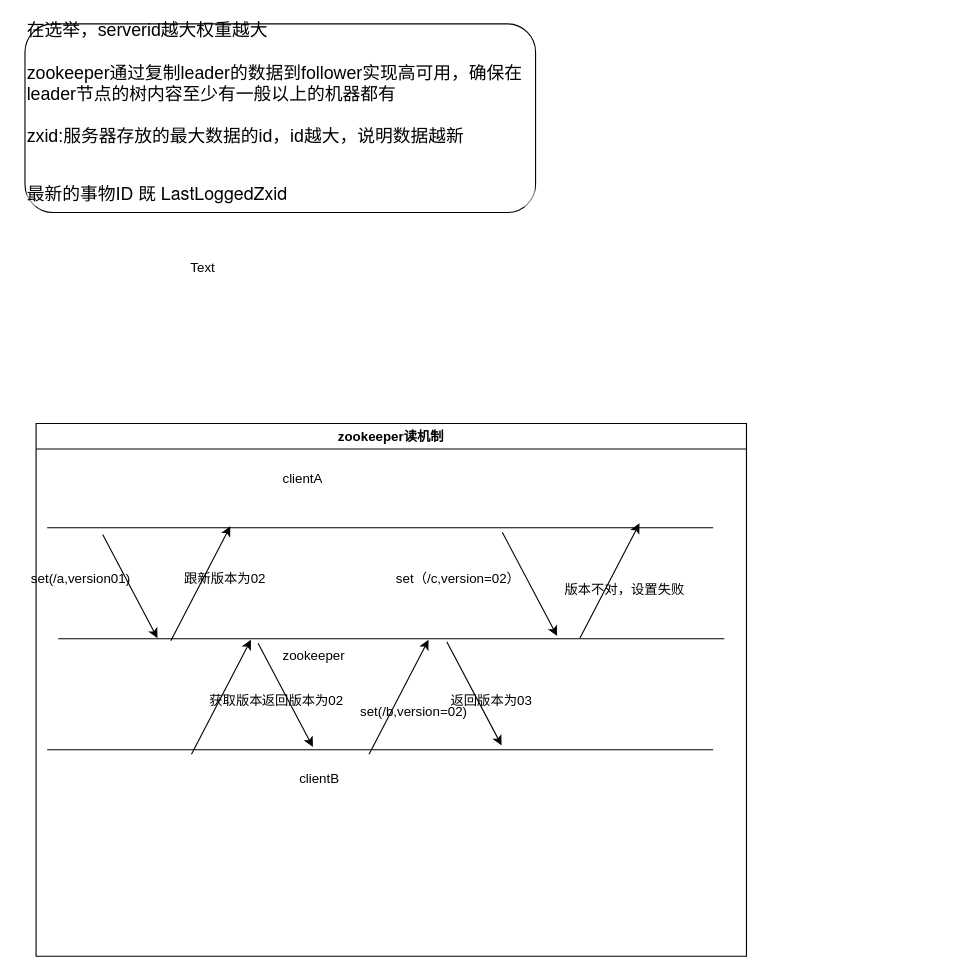
x-Yorozuya/java- keeps this draw.io diagram as page "zookeeper" (3 of 3) of Register.drawio. Above is the earlier version. Source tidied: cells renumbered, new cells numbered last; positions are measured from the earlier drawing's top-left corner, leaving out a move shared by most shapes. Both pictures are drawn from the tidied source at 111%, with x=0, y=0 at pixel (19, 23).
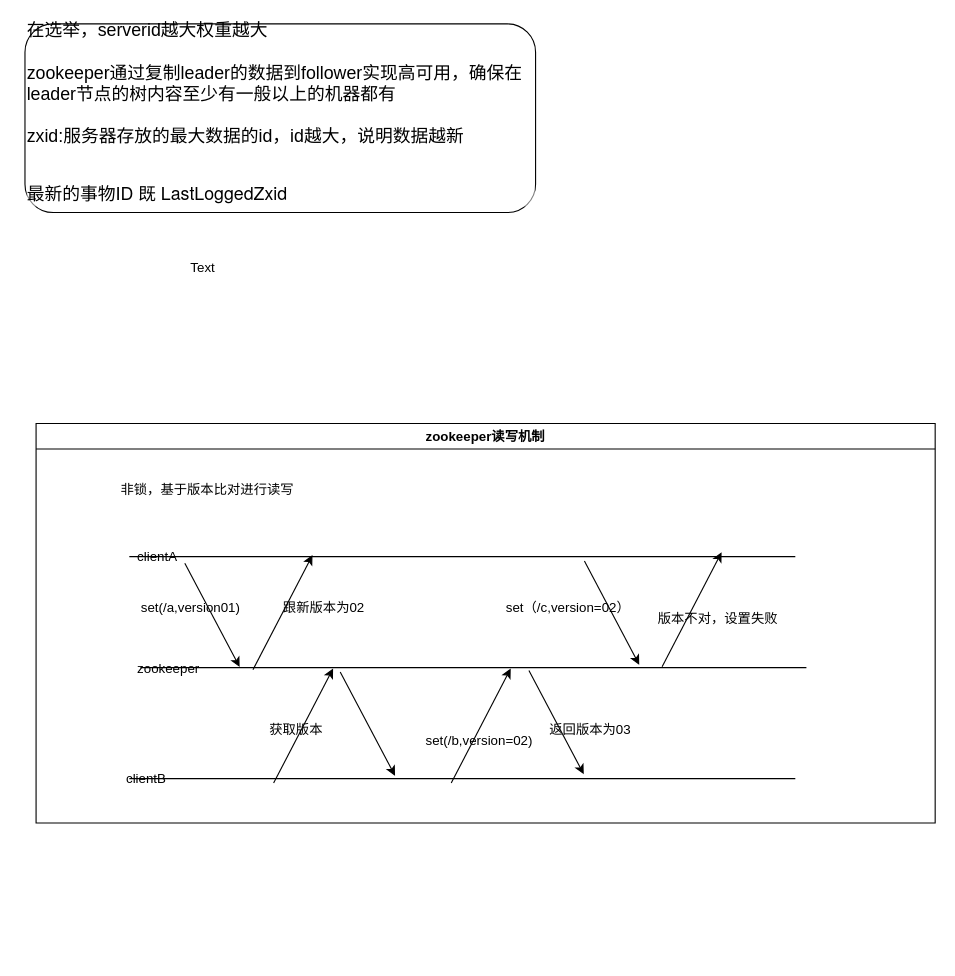
The same diagram, later.

Diff of the diagram source:
```diff
@@
-    <mxCell id="3" value="zookeeper读机制" style="swimlane;fillColor=none;gradientColor=none;" parent="1" vertex="1">
-      <mxGeometry x="15" y="360" width="640" height="480" as="geometry" />
+    <mxCell id="3" value="zookeeper读写机制" style="swimlane;fillColor=none;gradientColor=none;" parent="1" vertex="1">
+      <mxGeometry x="15" y="360" width="810" height="360" as="geometry" />
     </mxCell>
     <mxCell id="4" style="line;strokeWidth=1;fillColor=none;align=left;verticalAlign=middle;spacingTop=-1;spacingLeft=3;spacingRight=3;labelPosition=right;points=[];portConstraint=eastwest;" parent="3" vertex="1">
-      <mxGeometry x="10" y="90" width="600" height="8" as="geometry" />
+      <mxGeometry x="84" y="116" width="600" height="8" as="geometry" />
     </mxCell>
     <mxCell id="5" style="line;strokeWidth=1;fillColor=none;align=left;verticalAlign=middle;spacingTop=-1;spacingLeft=3;spacingRight=3;labelPosition=right;" parent="3" vertex="1">
-      <mxGeometry x="10" y="290" width="600" height="8" as="geometry" />
+      <mxGeometry x="84" y="316" width="600" height="8" as="geometry" />
     </mxCell>
     <mxCell id="6" style="line;strokeWidth=1;fillColor=none;align=left;verticalAlign=middle;spacingTop=-1;spacingLeft=3;spacingRight=3;labelPosition=right;points=[];portConstraint=eastwest;" parent="3" vertex="1">
-      <mxGeometry x="20" y="190" width="600" height="8" as="geometry" />
+      <mxGeometry x="94" y="216" width="600" height="8" as="geometry" />
     </mxCell>
     <mxCell id="7" value="clientB" style="text;html=1;align=center;verticalAlign=middle;" parent="3" vertex="1">
-      <mxGeometry x="230" y="310" width="50" height="20" as="geometry" />
+      <mxGeometry x="74" y="310" width="50" height="20" as="geometry" />
     </mxCell>
     <mxCell id="8" style="endArrow=classic;html=1;entryX=0.149;entryY=0.425;entryDx=0;entryDy=0;entryPerimeter=0;" parent="3" edge="1" target="6">
       <mxGeometry relative="1" as="geometry">
-        <mxPoint x="60" y="100" as="sourcePoint" />
+        <mxPoint x="134" y="126" as="sourcePoint" />
       </mxGeometry>
     </mxCell>
@@
     <mxCell id="10" style="endArrow=classic;html=1;entryX=0.275;entryY=0.325;entryDx=0;entryDy=0;entryPerimeter=0;exitX=0.169;exitY=0.725;exitDx=0;exitDy=0;exitPerimeter=0;" parent="3" edge="1">
       <mxGeometry relative="1" as="geometry">
-        <mxPoint x="140" y="298" as="sourcePoint" />
-        <mxPoint x="193.6" y="194.8" as="targetPoint" />
+        <mxPoint x="214" y="324" as="sourcePoint" />
+        <mxPoint x="267.6" y="220.8" as="targetPoint" />
       </mxGeometry>
     </mxCell>
     <mxCell id="11" style="endArrow=classic;html=1;entryX=0.149;entryY=0.425;entryDx=0;entryDy=0;entryPerimeter=0;" parent="3" edge="1">
       <mxGeometry relative="1" as="geometry">
-        <mxPoint x="200" y="198" as="sourcePoint" />
-        <mxPoint x="249.4" y="291.4" as="targetPoint" />
+        <mxPoint x="274" y="224" as="sourcePoint" />
+        <mxPoint x="323.4" y="317.4" as="targetPoint" />
       </mxGeometry>
     </mxCell>
     <mxCell id="12" style="endArrow=classic;html=1;entryX=0.275;entryY=0.325;entryDx=0;entryDy=0;entryPerimeter=0;exitX=0.169;exitY=0.725;exitDx=0;exitDy=0;exitPerimeter=0;" parent="3" edge="1">
       <mxGeometry relative="1" as="geometry">
-        <mxPoint x="300" y="298" as="sourcePoint" />
-        <mxPoint x="353.6" y="194.8" as="targetPoint" />
+        <mxPoint x="374" y="324" as="sourcePoint" />
+        <mxPoint x="427.6" y="220.8" as="targetPoint" />
       </mxGeometry>
     </mxCell>
     <mxCell id="13" style="endArrow=classic;html=1;entryX=0.149;entryY=0.425;entryDx=0;entryDy=0;entryPerimeter=0;" parent="3" edge="1">
       <mxGeometry relative="1" as="geometry">
-        <mxPoint x="370" y="196.6" as="sourcePoint" />
-        <mxPoint x="419.4" y="290" as="targetPoint" />
+        <mxPoint x="444" y="222.6" as="sourcePoint" />
+        <mxPoint x="493.4" y="316" as="targetPoint" />
       </mxGeometry>
     </mxCell>
     <mxCell id="14" style="endArrow=classic;html=1;entryX=0.149;entryY=0.425;entryDx=0;entryDy=0;entryPerimeter=0;" parent="3" edge="1">
       <mxGeometry relative="1" as="geometry">
-        <mxPoint x="420" y="98" as="sourcePoint" />
-        <mxPoint x="469.4" y="191.4" as="targetPoint" />
+        <mxPoint x="494" y="124" as="sourcePoint" />
+        <mxPoint x="543.4" y="217.4" as="targetPoint" />
       </mxGeometry>
     </mxCell>
     <mxCell id="15" style="endArrow=classic;html=1;entryX=0.275;entryY=0.325;entryDx=0;entryDy=0;entryPerimeter=0;exitX=0.169;exitY=0.725;exitDx=0;exitDy=0;exitPerimeter=0;" parent="3" edge="1">
       <mxGeometry relative="1" as="geometry">
-        <mxPoint x="490" y="193.2" as="sourcePoint" />
-        <mxPoint x="543.6" y="90" as="targetPoint" />
+        <mxPoint x="564" y="219.2" as="sourcePoint" />
+        <mxPoint x="617.6" y="116" as="targetPoint" />
       </mxGeometry>
     </mxCell>
-    <mxCell id="16" value="Text" style="text;html=1;align=center;verticalAlign=middle;" parent="1" vertex="1">
-      <mxGeometry x="145" y="210" width="40" height="20" as="geometry" />
-    </mxCell>
-    <mxCell id="17" value="zookeeper" style="text;html=1;align=center;verticalAlign=middle;" parent="1" vertex="1">
-      <mxGeometry x="230" y="560" width="70" height="20" as="geometry" />
-    </mxCell>
-    <mxCell id="18" value="clientA" style="text;html=1;align=center;verticalAlign=middle;" parent="1" vertex="1">
-      <mxGeometry x="230" y="400" width="50" height="20" as="geometry" />
+    <mxCell id="18" value="clientA" style="text;html=1;align=center;verticalAlign=middle;" parent="3" vertex="1">
+      <mxGeometry x="84" y="110" width="50" height="20" as="geometry" />
     </mxCell>
-    <mxCell id="19" value="set(/a,version01)" style="text;html=1;align=center;verticalAlign=middle;" parent="1" vertex="1">
-      <mxGeometry y="490" width="110" height="20" as="geometry" />
+    <mxCell id="19" value="set(/a,version01)" style="text;html=1;align=center;verticalAlign=middle;" parent="3" vertex="1">
+      <mxGeometry x="84" y="156" width="110" height="20" as="geometry" />
     </mxCell>
-    <mxCell id="20" value="跟新版本为02" style="text;html=1;align=center;verticalAlign=middle;" parent="1" vertex="1">
-      <mxGeometry x="140" y="490" width="90" height="20" as="geometry" />
+    <mxCell id="20" value="跟新版本为02" style="text;html=1;align=center;verticalAlign=middle;" parent="3" vertex="1">
+      <mxGeometry x="214" y="156" width="90" height="20" as="geometry" />
     </mxCell>
-    <mxCell id="21" value="获取版本" style="text;html=1;align=center;verticalAlign=middle;" parent="1" vertex="1">
-      <mxGeometry x="165" y="600" width="60" height="20" as="geometry" />
-    </mxCell>
-    <mxCell id="22" value="返回版本为02" style="text;html=1;align=center;verticalAlign=middle;" parent="1" vertex="1">
-      <mxGeometry x="210" y="600" width="90" height="20" as="geometry" />
-    </mxCell>
-    <mxCell id="23" value="set(/b,version=02)" style="text;html=1;align=center;verticalAlign=middle;" parent="1" vertex="1">
-      <mxGeometry x="300" y="610" width="110" height="20" as="geometry" />
-    </mxCell>
-    <mxCell id="24" value="返回版本为03" style="text;html=1;align=center;verticalAlign=middle;" parent="1" vertex="1">
-      <mxGeometry x="380" y="600" width="90" height="20" as="geometry" />
-    </mxCell>
-    <mxCell id="25" value="set（/c,version=02）" style="text;html=1;align=center;verticalAlign=middle;" parent="1" vertex="1">
-      <mxGeometry x="330" y="490" width="130" height="20" as="geometry" />
+    <mxCell id="25" value="set（/c,version=02）" style="text;html=1;align=center;verticalAlign=middle;" parent="3" vertex="1">
+      <mxGeometry x="414" y="156" width="130" height="20" as="geometry" />
     </mxCell>
-    <mxCell id="26" value="版本不对，设置失败" style="text;html=1;align=center;verticalAlign=middle;" parent="1" vertex="1">
-      <mxGeometry x="485" y="500" width="120" height="20" as="geometry" />
+    <mxCell id="26" value="版本不对，设置失败" style="text;html=1;align=center;verticalAlign=middle;" parent="3" vertex="1">
+      <mxGeometry x="554" y="166" width="120" height="20" as="geometry" />
     </mxCell>
+    <mxCell id="24" value="返回版本为03" style="text;html=1;align=center;verticalAlign=middle;" parent="3" vertex="1">
+      <mxGeometry x="454" y="266" width="90" height="20" as="geometry" />
+    </mxCell>
+    <mxCell id="23" value="set(/b,version=02)" style="text;html=1;align=center;verticalAlign=middle;" parent="3" vertex="1">
+      <mxGeometry x="344" y="276" width="110" height="20" as="geometry" />
+    </mxCell>
+    <mxCell id="21" value="获取版本" style="text;html=1;align=center;verticalAlign=middle;" parent="3" vertex="1">
+      <mxGeometry x="204" y="266" width="60" height="20" as="geometry" />
+    </mxCell>
+    <mxCell id="17" value="zookeeper" style="text;html=1;align=center;verticalAlign=middle;" parent="3" vertex="1">
+      <mxGeometry x="84" y="211" width="70" height="20" as="geometry" />
+    </mxCell>
+    <mxCell id="27" value="非锁，基于版本比对进行读写" style="text;html=1;align=center;verticalAlign=middle;" parent="3" vertex="1">
+      <mxGeometry x="69" y="50" width="170" height="20" as="geometry" />
+    </mxCell>
+    <mxCell id="16" value="Text" style="text;html=1;align=center;verticalAlign=middle;" parent="1" vertex="1">
+      <mxGeometry x="145" y="210" width="40" height="20" as="geometry" />
+    </mxCell>
```
